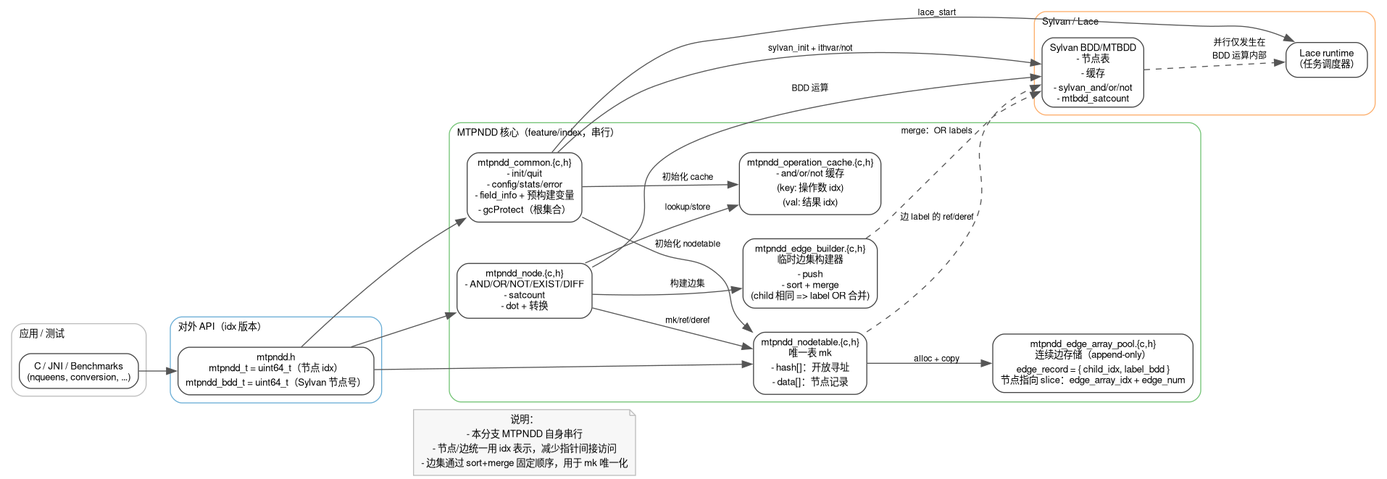
This is docs/mtpndd_architecture_zh.png from Augists/MTPNDD, a Graphviz export, as it was before one commit. Its source is kept beside it as docs/mtpndd_architecture_zh.dot.
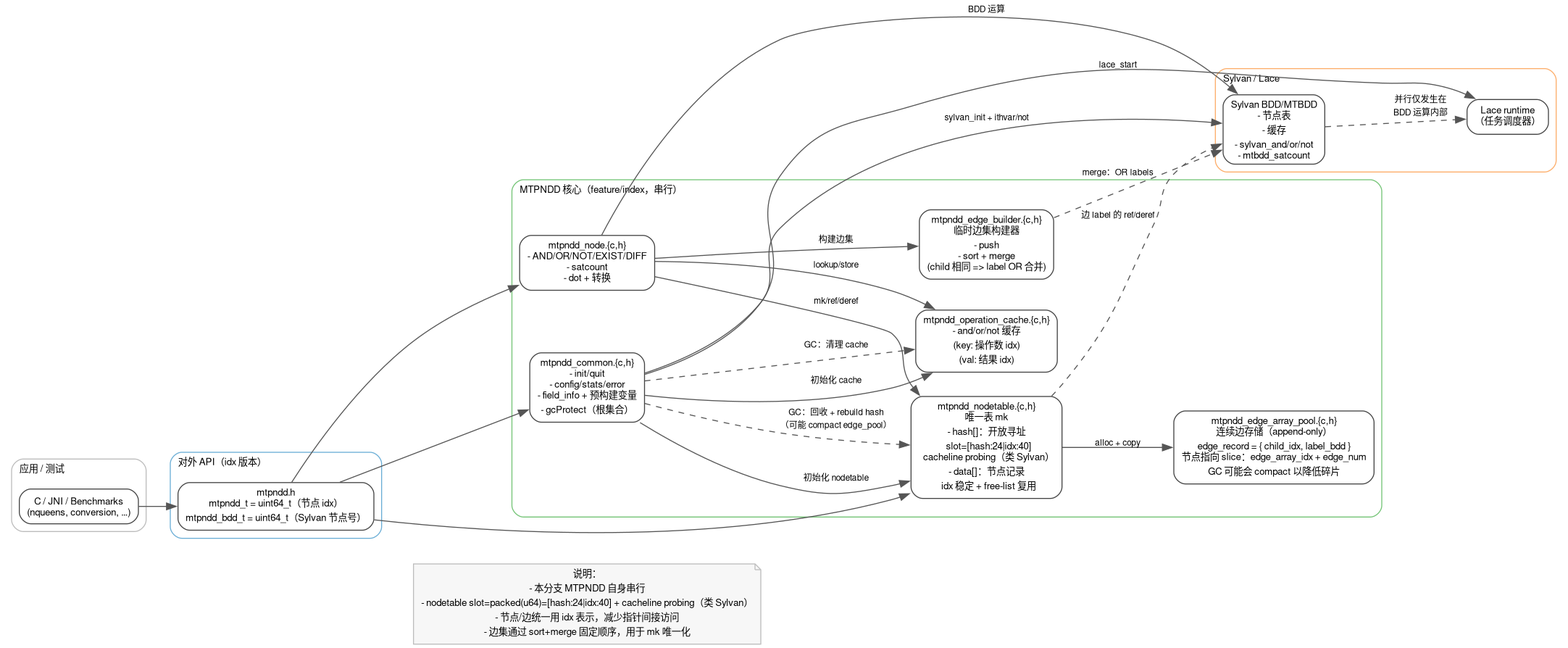
Above is the later version.

The edit, as a diff of the source:
```diff
@@ -30,10 +30,10 @@
 
     common [label="mtpndd_common.{c,h}\n- init/quit\n- config/stats/error\n- field_info + 预构建变量\n- gcProtect（根集合）"];
     nodeops [label="mtpndd_node.{c,h}\n- AND/OR/NOT/EXIST/DIFF\n- satcount\n- dot + 转换"];
-    nodetable [label="mtpndd_nodetable.{c,h}\n唯一表 mk\n- hash[]：开放寻址\n- data[]：节点记录"];
+    nodetable [label="mtpndd_nodetable.{c,h}\n唯一表 mk\n- hash[]：开放寻址\n  slot=[hash:24|idx:40]\n  cacheline probing（类 Sylvan）\n- data[]：节点记录\n  idx 稳定 + free-list 复用"];
     opcache [label="mtpndd_operation_cache.{c,h}\n- and/or/not 缓存\n(key: 操作数 idx)\n(val: 结果 idx)"];
     builder [label="mtpndd_edge_builder.{c,h}\n临时边集构建器\n- push\n- sort + merge\n(child 相同 => label OR 合并)"];
-    edgepool [label="mtpndd_edge_array_pool.{c,h}\n连续边存储（append-only）\nedge_record = { child_idx, label_bdd }\n节点指向 slice：edge_array_idx + edge_num"];
+    edgepool [label="mtpndd_edge_array_pool.{c,h}\n连续边存储（append-only）\nedge_record = { child_idx, label_bdd }\n节点指向 slice：edge_array_idx + edge_num\nGC 可能会 compact 以降低碎片"];
   }
 
   subgraph cluster_sylvan {
@@ -54,6 +54,8 @@
   common -> sylvan [label="sylvan_init + ithvar/not"];
   common -> nodetable [label="初始化 nodetable"];
   common -> opcache [label="初始化 cache"];
+  common -> opcache [style="dashed", label="GC：清理 cache"];
+  common -> nodetable [style="dashed", label="GC：回收 + rebuild hash\n（可能 compact edge_pool）"];
 
   nodeops -> opcache   [label="lookup/store"];
   nodeops -> builder   [label="构建边集"];
@@ -67,6 +69,6 @@
   sylvan -> lace [style="dashed", label="并行仅发生在\nBDD 运算内部"];
 
   legend [shape=note, style="filled", fillcolor="#f7f7f7", color="#bdbdbd",
-          label="说明：\n- 本分支 MTPNDD 自身串行\n- 节点/边统一用 idx 表示，减少指针间接访问\n- 边集通过 sort+merge 固定顺序，用于 mk 唯一化"];
+          label="说明：\n- 本分支 MTPNDD 自身串行\n- nodetable slot=packed(u64)=[hash:24|idx:40] + cacheline probing（类 Sylvan）\n- 节点/边统一用 idx 表示，减少指针间接访问\n- 边集通过 sort+merge 固定顺序，用于 mk 唯一化"];
   api -> legend [style="invis"];
 }
```
